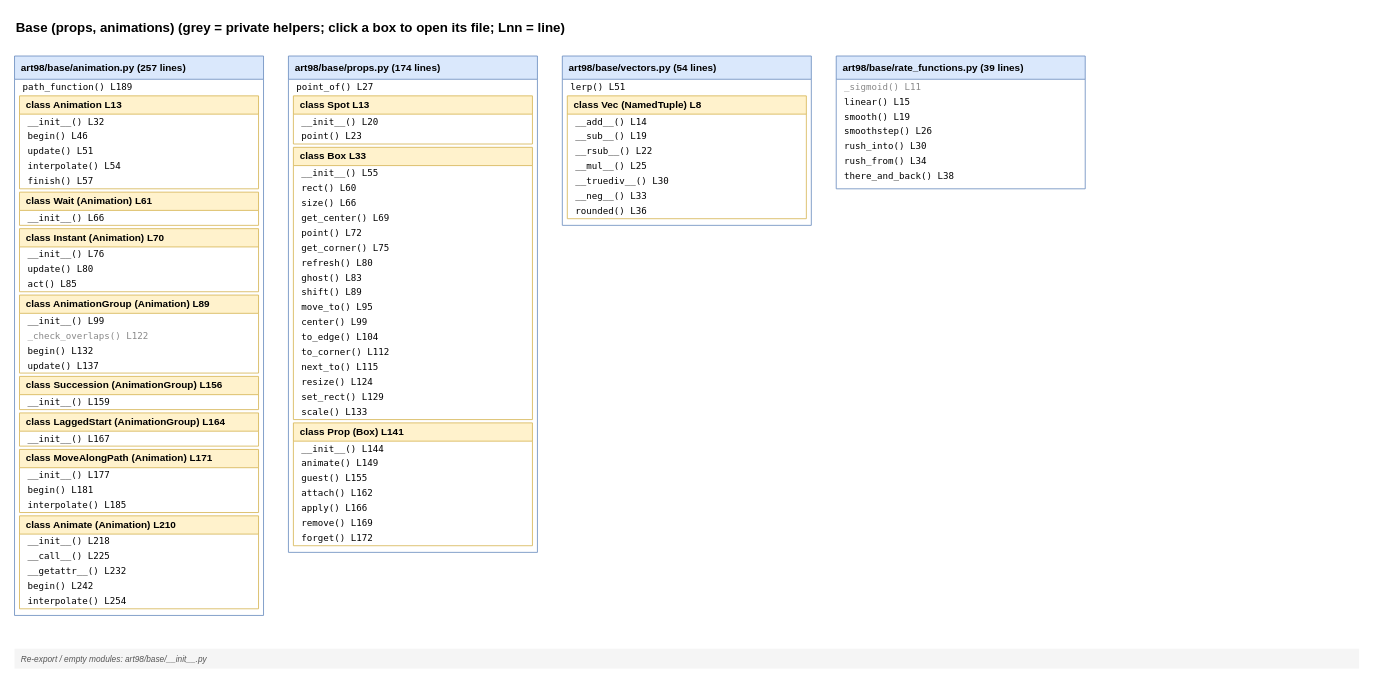
Before: page "Base (props, animations)" (4 of 10) of docs/diagrams/function-tree.drawio in StanLukuvka/98artware, a draw.io diagram. Source tidied: cells renumbered, new cells numbered last; positions are measured from the earlier drawing's top-left corner, leaving out a move shared by most shapes. Both pictures are drawn from the tidied source at 83%, with x=0, y=0 at pixel (14, 14).
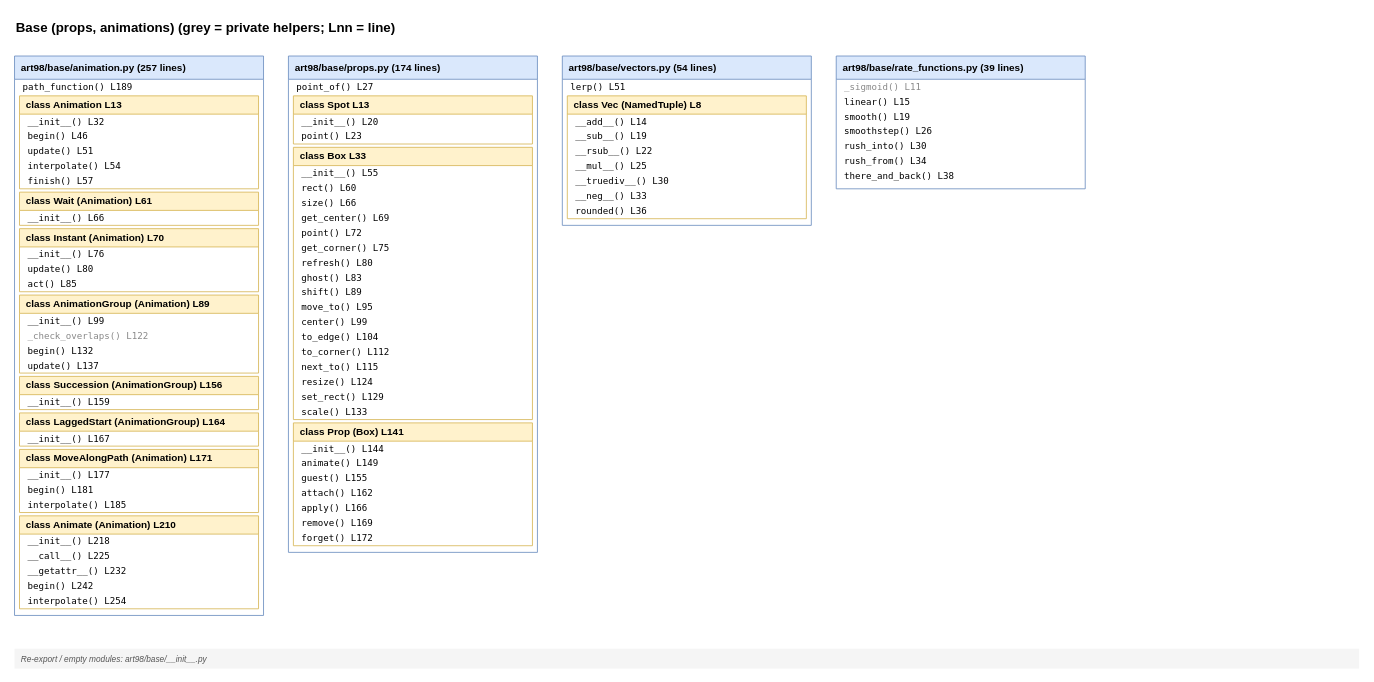
The same page after the edit.

Change to the diagram source:
```diff
@@
-    <mxCell id="2" value="Base (props, animations)  (grey = private helpers; click a box to open its file; Lnn = line)" style="text;html=1;fontSize=16;fontStyle=1;align=left;strokeColor=none;fillColor=none;" parent="1" vertex="1">
+    <mxCell id="2" value="Base (props, animations)  (grey = private helpers; Lnn = line)" style="text;html=1;fontSize=16;fontStyle=1;align=left;strokeColor=none;fillColor=none;" parent="1" vertex="1">
       <mxGeometry width="1200" height="30" as="geometry" />
     </mxCell>
```
